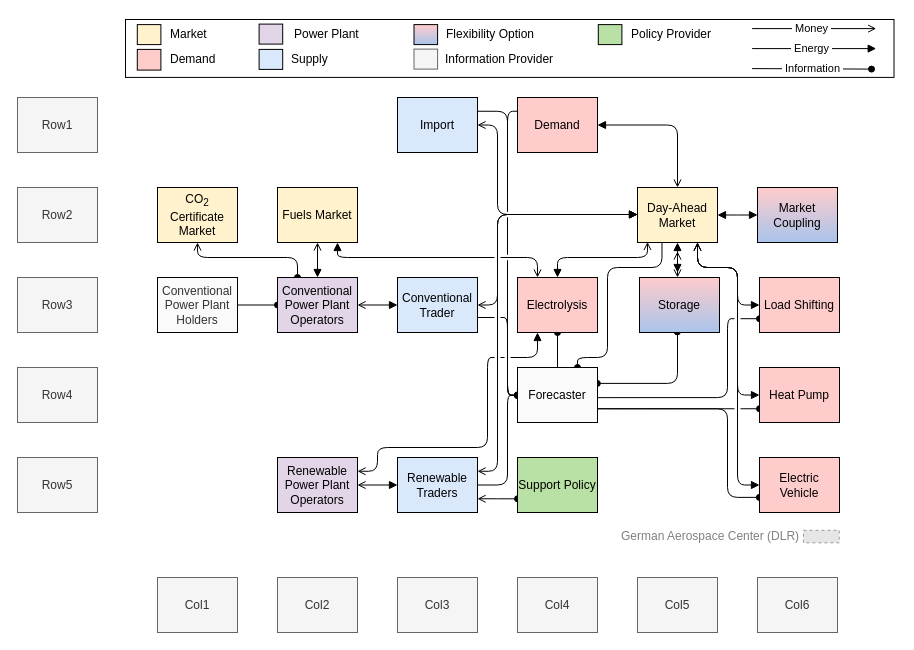
Earlier version of the draw.io diagram page "Full" (1 of 9) of docs/uploads/AMIRIS_Model_v4.1.drawio (dlr-ve-esy/amiris). Source tidied: cells renumbered, new cells numbered last; positions are measured from the earlier drawing's top-left corner, leaving out a move shared by most shapes. Both pictures are drawn from the tidied source at 100%, with x=0, y=0 at pixel (17, 17). Pictures stored in the file or linked from it are replaced by grey dashed boxes.
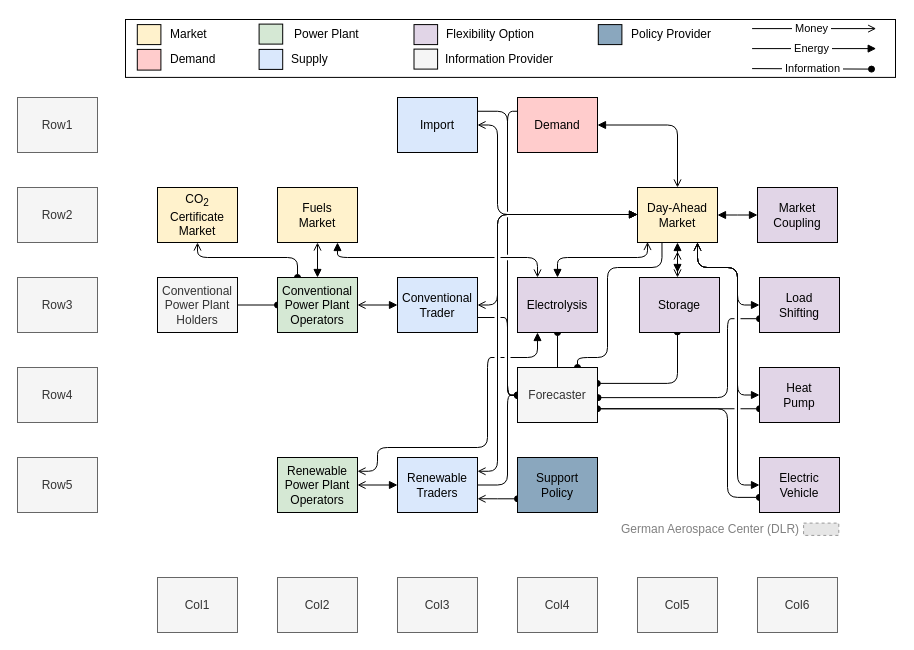
Above is the later version.

Commit message (it also covers changes not shown here):
:memo:(docs) update model diagram

The change refers to these unchanged cells:
```xml
<mxCell id="62" style="group;" parent="1" vertex="1">
  <mxGeometry x="244" y="6.6" width="125.3" height="20" as="geometry" />
</mxCell>
<mxCell id="71" style="group;" parent="1" vertex="1">
  <mxGeometry x="396.5" y="7.1" width="172.6" height="25" as="geometry" />
</mxCell>
<mxCell id="74" style="group;" parent="1" vertex="1">
  <mxGeometry x="395.3" y="26.6" width="184.4" height="20" as="geometry" />
</mxCell>
<mxCell id="82" style="group;" parent="1" vertex="1">
  <mxGeometry x="544.2" y="4.6" width="184.4" height="25" as="geometry" />
</mxCell>
```

The edit, as a diff of the source:
```diff
@@
     <mxCell id="2" style="group;" parent="1" vertex="1">
-      <mxGeometry x="105.7" width="773" height="537.5" as="geometry" />
+      <mxGeometry x="106.7" width="772" height="530" as="geometry" />
     </mxCell>
-    <mxCell id="3" style="rounded=0;whiteSpace=wrap;html=1;strokeWidth=1;align=center;strokeColor=none;" parent="2" vertex="1">
-      <mxGeometry width="773" height="535" as="geometry" />
-    </mxCell>
     <mxCell id="4" value="German Aerospace Center (DLR)" style="text;whiteSpace=wrap;html=1;fontSize=12;fontColor=#808080;" parent="2" vertex="1">
-      <mxGeometry x="496.3" y="505" width="190" height="30" as="geometry" />
+      <mxGeometry x="495.6" y="498" width="189.8" height="29.6" as="geometry" />
     </mxCell>
     <mxCell id="5" style="fillColor=#E6E6E6;strokeColor=#999999;dashed=1;verticalLabelPosition=bottom;labelBackgroundColor=default;verticalAlign=top;" parent="2" vertex="1">
-      <mxGeometry x="680.3" y="512.8" width="35.7" height="12.5" as="geometry" />
+      <mxGeometry x="679.4" y="505.6" width="35.2" height="12.3" as="geometry" />
     </mxCell>
@@
-    <mxCell id="19" value="Conventional Power Plant Holders" style="rounded=0;whiteSpace=wrap;html=1;align=center;fillColor=#FAFAFA;strokeColor=#000000;fontColor=#333333;strokeWidth=1;" parent="1" vertex="1">
+    <mxCell id="19" value="Conventional Power Plant Holders" style="rounded=0;whiteSpace=wrap;html=1;align=center;fillColor=#f5f5f5;strokeColor=#000000;fontColor=#333333;strokeWidth=1;" parent="1" vertex="1">
       <mxGeometry x="140" y="260" width="80" height="55" as="geometry" />
     </mxCell>
@@
-    <mxCell id="23" value="Renewable Power Plant Operators" style="rounded=0;whiteSpace=wrap;html=1;align=center;fillColor=#e1d5e7;strokeColor=#000000;strokeWidth=1;" parent="1" vertex="1">
+    <mxCell id="23" value="Renewable Power Plant Operators" style="rounded=0;whiteSpace=wrap;html=1;align=center;fillColor=#d5e8d4;strokeColor=#000000;strokeWidth=1;fillStyle=solid;" parent="1" vertex="1">
       <mxGeometry x="260" y="440" width="80" height="55" as="geometry" />
     </mxCell>
@@
-    <mxCell id="25" value="Fuels Market" style="rounded=0;whiteSpace=wrap;html=1;align=center;strokeColor=#000000;fontColor=#000000;strokeWidth=1;fillColor=#FFF2CC;" parent="1" vertex="1">
+    <mxCell id="25" value="Fuels&lt;br&gt;Market" style="rounded=0;whiteSpace=wrap;html=1;align=center;strokeColor=#000000;fontColor=#000000;strokeWidth=1;fillColor=#FFF2CC;" parent="1" vertex="1">
       <mxGeometry x="260" y="170" width="80" height="55" as="geometry" />
     </mxCell>
@@
-    <mxCell id="38" value="Market Coupling" style="rounded=0;whiteSpace=wrap;html=1;align=center;fillColor=#ffcccc;strokeColor=#000000;strokeWidth=1;gradientColor=#A9C4EB;gradientDirection=south;" parent="1" vertex="1">
+    <mxCell id="38" value="Market Coupling" style="rounded=0;whiteSpace=wrap;html=1;align=center;fillColor=#e1d5e7;strokeWidth=1;gradientDirection=south;fillStyle=solid;shadow=0;glass=0;strokeColor=#000000;" parent="1" vertex="1">
       <mxGeometry x="740" y="170" width="80" height="55" as="geometry" />
     </mxCell>
@@
-    <mxCell id="40" value="Conventional Power Plant Operators" style="rounded=0;whiteSpace=wrap;html=1;align=center;fillColor=#e1d5e7;strokeColor=#000000;strokeWidth=1;" parent="1" vertex="1">
+    <mxCell id="40" value="Conventional Power Plant Operators" style="rounded=0;whiteSpace=wrap;html=1;align=center;fillColor=#d5e8d4;strokeColor=#000000;strokeWidth=1;fillStyle=solid;" parent="1" vertex="1">
       <mxGeometry x="260" y="260" width="80" height="55" as="geometry" />
     </mxCell>
@@
-    <mxCell id="44" value="Electrolysis" style="rounded=0;whiteSpace=wrap;html=1;align=center;fillColor=#FFCCCC;strokeColor=#000000;strokeWidth=1;gradientColor=none;" parent="1" vertex="1">
+    <mxCell id="44" value="Electrolysis" style="rounded=0;whiteSpace=wrap;html=1;align=center;fillColor=#e1d5e7;strokeWidth=1;fillStyle=solid;shadow=0;glass=0;strokeColor=#000000;" parent="1" vertex="1">
       <mxGeometry x="500" y="260" width="80" height="55" as="geometry" />
     </mxCell>
-    <mxCell id="45" value="Support Policy" style="rounded=0;whiteSpace=wrap;html=1;align=center;strokeColor=default;fontColor=#000000;strokeWidth=1;fillColor=#B9E0A5;" parent="1" vertex="1">
+    <mxCell id="45" value="Support &lt;br&gt;Policy" style="rounded=0;whiteSpace=wrap;html=1;align=center;strokeWidth=1;fillColor=#8AA7BE;fillStyle=solid;strokeColor=light-dark(#000000,#000000);fontColor=light-dark(#000000,#000000);" parent="1" vertex="1">
       <mxGeometry x="500" y="440" width="80" height="55" as="geometry" />
     </mxCell>
@@
-    <mxCell id="53" style="edgeStyle=orthogonalEdgeStyle;rounded=1;jettySize=auto;html=1;startArrow=none;startFill=0;endArrow=oval;endFill=1;jumpStyle=gap;entryX=0;entryY=0.75;entryDx=0;entryDy=0;curved=0;exitX=1.007;exitY=0.548;exitDx=0;exitDy=0;exitPerimeter=0;" parent="1" edge="1" source="88">
+    <mxCell id="53" style="edgeStyle=orthogonalEdgeStyle;rounded=1;jettySize=auto;html=1;startArrow=oval;startFill=1;endArrow=oval;endFill=1;jumpStyle=gap;entryX=0;entryY=0.75;entryDx=0;entryDy=0;curved=0;exitX=1.007;exitY=0.548;exitDx=0;exitDy=0;exitPerimeter=0;" parent="1" edge="1" source="88">
       <mxGeometry relative="1" as="geometry">
         <mxPoint x="742" y="301.2" as="targetPoint" />
         <Array as="points">
           <mxPoint x="710" y="380" />
           <mxPoint x="710" y="301" />
         </Array>
       </mxGeometry>
     </mxCell>
-    <mxCell id="54" value="Load Shifting" style="rounded=0;whiteSpace=wrap;html=1;align=center;fillColor=#FFCCCC;strokeColor=#000000;strokeWidth=1;gradientColor=none;" parent="1" vertex="1">
+    <mxCell id="54" value="Load&lt;br&gt;Shifting" style="rounded=0;whiteSpace=wrap;html=1;align=center;fillColor=#e1d5e7;strokeWidth=1;fillStyle=solid;shadow=0;glass=0;strokeColor=#000000;" parent="1" vertex="1">
       <mxGeometry x="742" y="260" width="80" height="55" as="geometry" />
     </mxCell>
@@
-    <mxCell id="56" value="Storage" style="rounded=0;whiteSpace=wrap;html=1;align=center;fillColor=#ffcccc;strokeColor=#000000;strokeWidth=1;gradientColor=#A9C4EB;" parent="1" vertex="1">
+    <mxCell id="56" value="Storage" style="rounded=0;whiteSpace=wrap;html=1;align=center;fillColor=#e1d5e7;strokeWidth=1;fillStyle=solid;shadow=0;glass=0;strokeColor=#000000;" parent="1" vertex="1">
       <mxGeometry x="622" y="260" width="80" height="55" as="geometry" />
     </mxCell>
-    <mxCell id="57" value="Heat Pump" style="rounded=0;whiteSpace=wrap;html=1;align=center;fillColor=#FFCCCC;strokeColor=#000000;strokeWidth=1;gradientColor=none;" parent="1" vertex="1">
+    <mxCell id="57" value="Heat&lt;br&gt;Pump" style="rounded=0;whiteSpace=wrap;html=1;align=center;fillColor=#e1d5e7;strokeWidth=1;fillStyle=solid;shadow=0;glass=0;strokeColor=#000000;" parent="1" vertex="1">
       <mxGeometry x="742" y="350" width="80" height="55" as="geometry" />
     </mxCell>
     <mxCell id="58" style="rounded=0;whiteSpace=wrap;html=1;fillColor=default;" parent="1" vertex="1">
-      <mxGeometry x="108" y="2" width="768.5" height="57.9" as="geometry" />
+      <mxGeometry x="108" y="2" width="770" height="57.9" as="geometry" />
     </mxCell>
@@
-    <mxCell id="63" style="rounded=0;whiteSpace=wrap;html=1;align=center;fillColor=#e1d5e7;strokeColor=#000000;strokeWidth=1;" parent="62" vertex="1">
+    <mxCell id="63" style="rounded=0;whiteSpace=wrap;html=1;align=center;fillColor=#d5e8d4;strokeColor=light-dark(#000000,#000000);strokeWidth=1;" parent="62" vertex="1">
       <mxGeometry x="-2.4" width="23.6" height="20" as="geometry" />
     </mxCell>
@@
-    <mxCell id="72" style="rounded=0;whiteSpace=wrap;html=1;align=center;fillColor=#ffcccc;strokeColor=#000000;strokeWidth=1;gradientColor=#A9C4EB;" parent="71" vertex="1">
+    <mxCell id="72" style="rounded=0;whiteSpace=wrap;html=1;align=center;fillColor=#E1D5E7;strokeColor=#000000;strokeWidth=1;" parent="71" vertex="1">
       <mxGeometry width="23.6" height="20" as="geometry" />
     </mxCell>
@@
-    <mxCell id="75" style="rounded=0;whiteSpace=wrap;html=1;align=center;fillColor=#f5f5f5;strokeColor=#666666;fontColor=#333333;strokeWidth=1;" parent="74" vertex="1">
+    <mxCell id="75" style="rounded=0;whiteSpace=wrap;html=1;align=center;fillColor=#f5f5f5;strokeColor=#000000;fontColor=#333333;strokeWidth=1;" parent="74" vertex="1">
       <mxGeometry x="1.2" y="5" width="23.6" height="20" as="geometry" />
     </mxCell>
@@
-    <mxCell id="83" style="rounded=0;whiteSpace=wrap;html=1;align=center;fillColor=#B9E0A5;strokeColor=#000000;fontColor=#ffffff;strokeWidth=1;" parent="82" vertex="1">
+    <mxCell id="83" style="rounded=0;whiteSpace=wrap;html=1;align=center;strokeWidth=1;fillStyle=solid;fillColor=#8AA7BE;strokeColor=#000000;" parent="82" vertex="1">
       <mxGeometry x="36.6" y="2.5" width="23.6" height="20" as="geometry" />
     </mxCell>
@@
-    <mxCell id="85" style="edgeStyle=orthogonalEdgeStyle;rounded=1;jettySize=auto;html=1;startArrow=none;startFill=0;endArrow=oval;endFill=1;jumpStyle=arc;curved=0;exitX=1;exitY=0.75;exitDx=0;exitDy=0;entryX=-0.002;entryY=0.725;entryDx=0;entryDy=0;entryPerimeter=0;" parent="1" edge="1" source="88" target="90">
+    <mxCell id="85" style="edgeStyle=orthogonalEdgeStyle;rounded=1;jettySize=auto;html=1;startArrow=oval;startFill=1;endArrow=oval;endFill=1;jumpStyle=arc;curved=0;exitX=1;exitY=0.75;exitDx=0;exitDy=0;entryX=-0.002;entryY=0.725;entryDx=0;entryDy=0;entryPerimeter=0;" parent="1" edge="1" source="88" target="90">
       <mxGeometry relative="1" as="geometry">
         <Array as="points">
           <mxPoint x="710" y="391" />
           <mxPoint x="710" y="480" />
         </Array>
       </mxGeometry>
     </mxCell>
@@
-    <mxCell id="88" value="Forecaster" style="rounded=0;whiteSpace=wrap;html=1;align=center;fillColor=#FAFAFA;strokeColor=#000000;fontColor=#000000;strokeWidth=1;" parent="1" vertex="1">
+    <mxCell id="88" value="Forecaster" style="rounded=0;whiteSpace=wrap;html=1;align=center;fillColor=#f5f5f5;strokeColor=#000000;fontColor=#333333;strokeWidth=1;" parent="1" vertex="1">
       <mxGeometry x="500" y="350" width="80" height="55" as="geometry" />
     </mxCell>
@@
-    <mxCell id="90" value="Electric&lt;br&gt;Vehicle" style="rounded=0;whiteSpace=wrap;html=1;align=center;fillColor=#FFCCCC;strokeColor=#000000;strokeWidth=1;gradientColor=none;" parent="1" vertex="1">
+    <mxCell id="90" value="Electric&lt;br&gt;Vehicle" style="rounded=0;whiteSpace=wrap;html=1;align=center;fillColor=#e1d5e7;strokeWidth=1;fillStyle=solid;shadow=0;glass=0;strokeColor=#000000;" parent="1" vertex="1">
       <mxGeometry x="742" y="440" width="80" height="55" as="geometry" />
     </mxCell>
```
